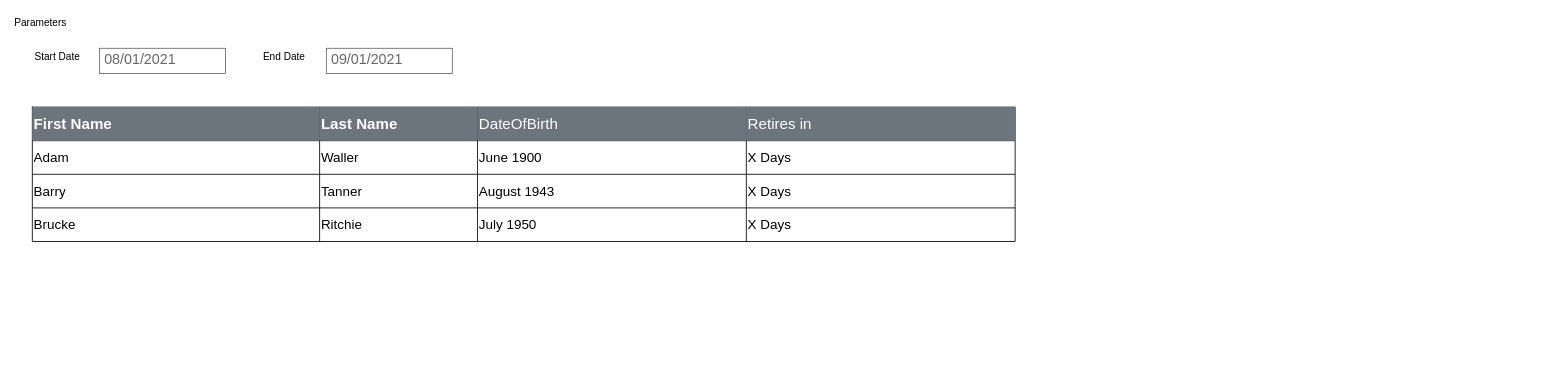
Before: Date Of Birth Report.drawio in woodsngoods/MDM, a draw.io diagram. Source tidied: cells renumbered, new cells numbered last; positions are measured from the earlier drawing's top-left corner, leaving out a move shared by most shapes. Both pictures are drawn from the tidied source at 84%, with x=0, y=0 at pixel (24, 14).
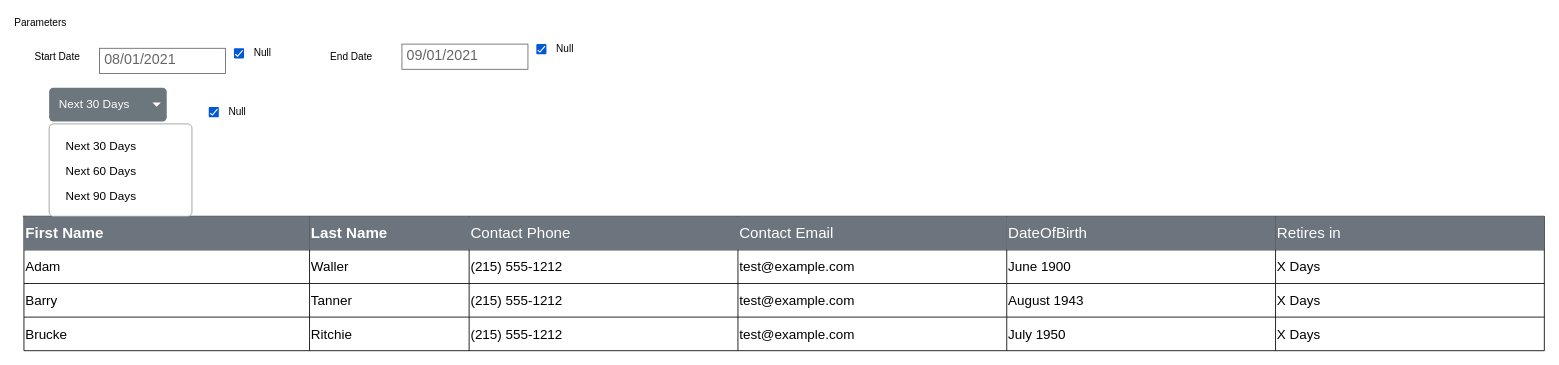
The same diagram, later.

Change to the diagram source:
```diff
@@
     <mxCell id="4" value="09/01/2021" style="strokeWidth=1;shadow=0;dashed=0;align=center;html=1;shape=mxgraph.mockup.text.textBox;fontColor=#666666;align=left;fontSize=17;spacingLeft=4;spacingTop=-3;strokeColor=#666666;mainText=;" parent="1" vertex="1">
-      <mxGeometry x="360" y="40" width="150" height="30" as="geometry" />
+      <mxGeometry x="450" y="35" width="150" height="30" as="geometry" />
     </mxCell>
     <mxCell id="5" value="End Date" style="text;html=1;strokeColor=none;fillColor=none;align=center;verticalAlign=middle;whiteSpace=wrap;rounded=0;" parent="1" vertex="1">
-      <mxGeometry x="270" y="40" width="80" height="20" as="geometry" />
+      <mxGeometry x="350" y="40" width="80" height="20" as="geometry" />
     </mxCell>
@@
     <mxCell id="7" style="shape=table;html=1;whiteSpace=wrap;startSize=0;childLayout=tableLayout;" parent="1" vertex="1">
-      <mxGeometry x="10" y="110" width="1170" height="160" as="geometry" />
+      <mxGeometry y="240" width="1810" height="160" as="geometry" />
     </mxCell>
     <mxCell id="8" style="shape=partialRectangle;html=1;whiteSpace=wrap;fillColor=none;top=0;left=0;bottom=0;right=0;" parent="7" vertex="1">
-      <mxGeometry width="1170" height="40" as="geometry" />
+      <mxGeometry width="1810" height="40" as="geometry" />
     </mxCell>
     <mxCell id="9" value="First Name" style="shape=partialRectangle;html=1;whiteSpace=wrap;top=0;left=0;bottom=0;right=0;overflow=hidden;align=left;fillColor=#6C757D;fontColor=#FFFFFF;fontStyle=1;fontSize=18;" parent="8" vertex="1">
-      <mxGeometry width="342" height="40" as="geometry" />
+      <mxGeometry width="340" height="40" as="geometry" />
     </mxCell>
     <mxCell id="10" value="Last Name" style="shape=partialRectangle;html=1;whiteSpace=wrap;top=0;left=0;bottom=0;right=0;overflow=hidden;align=left;fontColor=#FFFFFF;fillColor=#6C757D;fontStyle=1;fontSize=18;" parent="8" vertex="1">
-      <mxGeometry x="342" width="188" height="40" as="geometry" />
+      <mxGeometry x="340" width="190" height="40" as="geometry" />
     </mxCell>
+    <mxCell id="28" value="Contact Phone" style="shape=partialRectangle;html=1;whiteSpace=wrap;top=0;left=0;bottom=0;right=0;overflow=hidden;align=left;fontColor=#FFFFFF;fillColor=#6C757D;fontSize=18;" parent="8" vertex="1">
+      <mxGeometry x="530" width="320" height="40" as="geometry" />
+    </mxCell>
+    <mxCell id="29" value="Contact Email" style="shape=partialRectangle;html=1;whiteSpace=wrap;top=0;left=0;bottom=0;right=0;overflow=hidden;align=left;fontColor=#FFFFFF;fillColor=#6C757D;fontSize=18;" parent="8" vertex="1">
+      <mxGeometry x="850" width="320" height="40" as="geometry" />
+    </mxCell>
     <mxCell id="11" value="DateOfBirth" style="shape=partialRectangle;html=1;whiteSpace=wrap;top=0;left=0;bottom=0;right=0;overflow=hidden;align=left;fontColor=#FFFFFF;fillColor=#6C757D;fontSize=18;" parent="8" vertex="1">
-      <mxGeometry x="530" width="320" height="40" as="geometry" />
+      <mxGeometry x="1170" width="320" height="40" as="geometry" />
     </mxCell>
     <mxCell id="12" value="Retires in&amp;nbsp;" style="shape=partialRectangle;html=1;whiteSpace=wrap;top=0;left=0;bottom=0;right=0;overflow=hidden;align=left;fontColor=#FFFFFF;fillColor=#6C757D;fontSize=18;" parent="8" vertex="1">
-      <mxGeometry x="850" width="320" height="40" as="geometry" />
+      <mxGeometry x="1490" width="320" height="40" as="geometry" />
     </mxCell>
     <mxCell id="13" style="shape=partialRectangle;html=1;whiteSpace=wrap;fillColor=none;top=0;left=0;bottom=0;right=0;" parent="7" vertex="1">
-      <mxGeometry y="40" width="1170" height="40" as="geometry" />
+      <mxGeometry y="40" width="1810" height="40" as="geometry" />
     </mxCell>
     <mxCell id="14" value="Adam" style="shape=partialRectangle;html=1;whiteSpace=wrap;fillColor=none;top=0;left=0;bottom=0;right=0;overflow=hidden;align=left;fontSize=16;" parent="13" vertex="1">
-      <mxGeometry width="342" height="40" as="geometry" />
+      <mxGeometry width="340" height="40" as="geometry" />
     </mxCell>
     <mxCell id="15" value="Waller" style="shape=partialRectangle;html=1;whiteSpace=wrap;fillColor=none;top=0;left=0;bottom=0;right=0;overflow=hidden;align=left;fontSize=16;" parent="13" vertex="1">
-      <mxGeometry x="342" width="188" height="40" as="geometry" />
+      <mxGeometry x="340" width="190" height="40" as="geometry" />
     </mxCell>
+    <mxCell id="30" value="(215) 555-1212" style="shape=partialRectangle;html=1;whiteSpace=wrap;fillColor=none;top=0;left=0;bottom=0;right=0;overflow=hidden;align=left;fontSize=16;" parent="13" vertex="1">
+      <mxGeometry x="530" width="320" height="40" as="geometry" />
+    </mxCell>
+    <mxCell id="31" value="test@example.com" style="shape=partialRectangle;html=1;whiteSpace=wrap;fillColor=none;top=0;left=0;bottom=0;right=0;overflow=hidden;align=left;fontSize=16;" parent="13" vertex="1">
+      <mxGeometry x="850" width="320" height="40" as="geometry" />
+    </mxCell>
     <mxCell id="16" value="June 1900" style="shape=partialRectangle;html=1;whiteSpace=wrap;fillColor=none;top=0;left=0;bottom=0;right=0;overflow=hidden;align=left;fontSize=16;" parent="13" vertex="1">
-      <mxGeometry x="530" width="320" height="40" as="geometry" />
+      <mxGeometry x="1170" width="320" height="40" as="geometry" />
     </mxCell>
     <mxCell id="17" value="X Days" style="shape=partialRectangle;html=1;whiteSpace=wrap;fillColor=none;top=0;left=0;bottom=0;right=0;overflow=hidden;align=left;fontSize=16;" parent="13" vertex="1">
-      <mxGeometry x="850" width="320" height="40" as="geometry" />
+      <mxGeometry x="1490" width="320" height="40" as="geometry" />
     </mxCell>
     <mxCell id="18" style="shape=partialRectangle;html=1;whiteSpace=wrap;fillColor=none;top=0;left=0;bottom=0;right=0;" parent="7" vertex="1">
-      <mxGeometry y="80" width="1170" height="40" as="geometry" />
+      <mxGeometry y="80" width="1810" height="40" as="geometry" />
     </mxCell>
     <mxCell id="19" value="Barry" style="shape=partialRectangle;html=1;whiteSpace=wrap;fillColor=none;top=0;left=0;bottom=0;right=0;overflow=hidden;align=left;fontSize=16;" parent="18" vertex="1">
-      <mxGeometry width="342" height="40" as="geometry" />
+      <mxGeometry width="340" height="40" as="geometry" />
     </mxCell>
     <mxCell id="20" value="Tanner" style="shape=partialRectangle;html=1;whiteSpace=wrap;fillColor=none;top=0;left=0;bottom=0;right=0;overflow=hidden;fontSize=16;align=left;" parent="18" vertex="1">
-      <mxGeometry x="342" width="188" height="40" as="geometry" />
+      <mxGeometry x="340" width="190" height="40" as="geometry" />
     </mxCell>
+    <mxCell id="32" style="shape=partialRectangle;html=1;whiteSpace=wrap;fillColor=none;top=0;left=0;bottom=0;right=0;overflow=hidden;fontSize=16;align=left;" parent="18" vertex="1">
+      <mxGeometry x="530" width="320" height="40" as="geometry" />
+    </mxCell>
+    <mxCell id="33" value="test@example.com" style="shape=partialRectangle;html=1;whiteSpace=wrap;fillColor=none;top=0;left=0;bottom=0;right=0;overflow=hidden;fontSize=16;align=left;" parent="18" vertex="1">
+      <mxGeometry x="850" width="320" height="40" as="geometry" />
+    </mxCell>
     <mxCell id="21" value="August 1943" style="shape=partialRectangle;html=1;whiteSpace=wrap;fillColor=none;top=0;left=0;bottom=0;right=0;overflow=hidden;fontSize=16;align=left;" parent="18" vertex="1">
-      <mxGeometry x="530" width="320" height="40" as="geometry" />
+      <mxGeometry x="1170" width="320" height="40" as="geometry" />
     </mxCell>
     <mxCell id="22" value="X Days" style="shape=partialRectangle;html=1;whiteSpace=wrap;fillColor=none;top=0;left=0;bottom=0;right=0;overflow=hidden;fontSize=16;align=left;" parent="18" vertex="1">
-      <mxGeometry x="850" width="320" height="40" as="geometry" />
+      <mxGeometry x="1490" width="320" height="40" as="geometry" />
     </mxCell>
     <mxCell id="23" style="shape=partialRectangle;html=1;whiteSpace=wrap;fillColor=none;top=0;left=0;bottom=0;right=0;" parent="7" vertex="1">
-      <mxGeometry y="120" width="1170" height="40" as="geometry" />
+      <mxGeometry y="120" width="1810" height="40" as="geometry" />
     </mxCell>
     <mxCell id="24" value="Brucke" style="shape=partialRectangle;html=1;whiteSpace=wrap;fillColor=none;top=0;left=0;bottom=0;right=0;overflow=hidden;fontSize=16;align=left;" parent="23" vertex="1">
-      <mxGeometry width="342" height="40" as="geometry" />
+      <mxGeometry width="340" height="40" as="geometry" />
     </mxCell>
     <mxCell id="25" value="Ritchie" style="shape=partialRectangle;html=1;whiteSpace=wrap;fillColor=none;top=0;left=0;bottom=0;right=0;overflow=hidden;fontSize=16;align=left;" parent="23" vertex="1">
-      <mxGeometry x="342" width="188" height="40" as="geometry" />
+      <mxGeometry x="340" width="190" height="40" as="geometry" />
     </mxCell>
+    <mxCell id="34" style="shape=partialRectangle;html=1;whiteSpace=wrap;fillColor=none;top=0;left=0;bottom=0;right=0;overflow=hidden;fontSize=16;align=left;" parent="23" vertex="1">
+      <mxGeometry x="530" width="320" height="40" as="geometry" />
+    </mxCell>
+    <mxCell id="35" value="test@example.com" style="shape=partialRectangle;html=1;whiteSpace=wrap;fillColor=none;top=0;left=0;bottom=0;right=0;overflow=hidden;fontSize=16;align=left;" parent="23" vertex="1">
+      <mxGeometry x="850" width="320" height="40" as="geometry" />
+    </mxCell>
     <mxCell id="26" value="July 1950" style="shape=partialRectangle;html=1;whiteSpace=wrap;fillColor=none;top=0;left=0;bottom=0;right=0;overflow=hidden;fontSize=16;align=left;" parent="23" vertex="1">
-      <mxGeometry x="530" width="320" height="40" as="geometry" />
+      <mxGeometry x="1170" width="320" height="40" as="geometry" />
     </mxCell>
     <mxCell id="27" value="X Days" style="shape=partialRectangle;html=1;whiteSpace=wrap;fillColor=none;top=0;left=0;bottom=0;right=0;overflow=hidden;fontSize=16;align=left;" parent="23" vertex="1">
-      <mxGeometry x="850" width="320" height="40" as="geometry" />
+      <mxGeometry x="1490" width="320" height="40" as="geometry" />
     </mxCell>
+    <mxCell id="36" value="Next 30 Days" style="html=1;shadow=0;dashed=0;shape=mxgraph.bootstrap.rrect;rSize=5;strokeColor=none;strokeWidth=1;fillColor=#6C767D;fontColor=#ffffff;whiteSpace=wrap;align=left;verticalAlign=middle;fontStyle=0;fontSize=14;spacingLeft=10;" parent="1" vertex="1">
+      <mxGeometry x="30" y="87" width="140" height="40" as="geometry" />
+    </mxCell>
+    <mxCell id="37" style="shape=triangle;direction=south;fillColor=#ffffff;strokeColor=none;perimeter=none;" parent="36" vertex="1">
+      <mxGeometry x="1" y="0.5" width="10" height="5" relative="1" as="geometry">
+        <mxPoint x="-17" y="-2.5" as="offset" />
+      </mxGeometry>
+    </mxCell>
+    <mxCell id="38" style="html=1;shadow=0;dashed=0;shape=mxgraph.bootstrap.rrect;rSize=5;fillColor=#ffffff;strokeColor=#999999;" parent="1" vertex="1">
+      <mxGeometry x="30" y="130" width="170" height="110" as="geometry" />
+    </mxCell>
+    <mxCell id="39" value="Next 30 Days" style="fillColor=none;strokeColor=none;align=left;spacing=20;fontSize=14;" parent="38" vertex="1">
+      <mxGeometry width="170" height="30" relative="1" as="geometry">
+        <mxPoint y="10" as="offset" />
+      </mxGeometry>
+    </mxCell>
+    <mxCell id="40" value="Next 60 Days" style="fillColor=none;strokeColor=none;align=left;spacing=20;fontSize=14;" parent="38" vertex="1">
+      <mxGeometry width="170" height="30" relative="1" as="geometry">
+        <mxPoint y="40" as="offset" />
+      </mxGeometry>
+    </mxCell>
+    <mxCell id="41" value="Next 90 Days" style="fillColor=none;strokeColor=none;align=left;spacing=20;fontSize=14;" parent="38" vertex="1">
+      <mxGeometry width="170" height="30" relative="1" as="geometry">
+        <mxPoint y="70" as="offset" />
+      </mxGeometry>
+    </mxCell>
+    <mxCell id="42" value="Null" style="html=1;shadow=0;dashed=0;shape=mxgraph.atlassian.checkbox_2;fillColor=#0057D8;strokeColor=none;align=left;verticalAlign=middle;fontStyle=0;fontSize=12;labelPosition=right;verticalLabelPosition=middle;spacingLeft=10;" parent="1" vertex="1">
+      <mxGeometry x="220" y="110" width="12" height="12" as="geometry" />
+    </mxCell>
+    <mxCell id="43" value="Null" style="html=1;shadow=0;dashed=0;shape=mxgraph.atlassian.checkbox_2;fillColor=#0057D8;strokeColor=none;align=left;verticalAlign=middle;fontStyle=0;fontSize=12;labelPosition=right;verticalLabelPosition=middle;spacingLeft=10;" parent="1" vertex="1">
+      <mxGeometry x="250" y="40" width="12" height="12" as="geometry" />
+    </mxCell>
+    <mxCell id="44" value="Null" style="html=1;shadow=0;dashed=0;shape=mxgraph.atlassian.checkbox_2;fillColor=#0057D8;strokeColor=none;align=left;verticalAlign=middle;fontStyle=0;fontSize=12;labelPosition=right;verticalLabelPosition=middle;spacingLeft=10;" parent="1" vertex="1">
+      <mxGeometry x="610" y="35" width="12" height="12" as="geometry" />
+    </mxCell>
+    <mxCell id="45" value="(215) 555-1212" style="shape=partialRectangle;html=1;whiteSpace=wrap;fillColor=none;top=0;left=0;bottom=0;right=0;overflow=hidden;align=left;fontSize=16;" parent="1" vertex="1">
+      <mxGeometry x="530" y="320" width="320" height="40" as="geometry" />
+    </mxCell>
+    <mxCell id="46" value="(215) 555-1212" style="shape=partialRectangle;html=1;whiteSpace=wrap;fillColor=none;top=0;left=0;bottom=0;right=0;overflow=hidden;align=left;fontSize=16;" parent="1" vertex="1">
+      <mxGeometry x="530" y="360" width="320" height="40" as="geometry" />
+    </mxCell>
```
